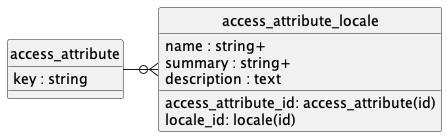
Above: doc/concepts/access_attribute/uml.png in contactopensource/contactopensource (PlantUML), before the change.
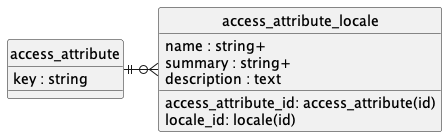
After the change.

Change to the diagram source:
```diff
@@ -15,6 +15,6 @@
     description : text
 }
 
-access_attribute -r-o{ access_attribute_locale
+access_attribute ||-r-o{ access_attribute_locale
 
 @enduml
```
